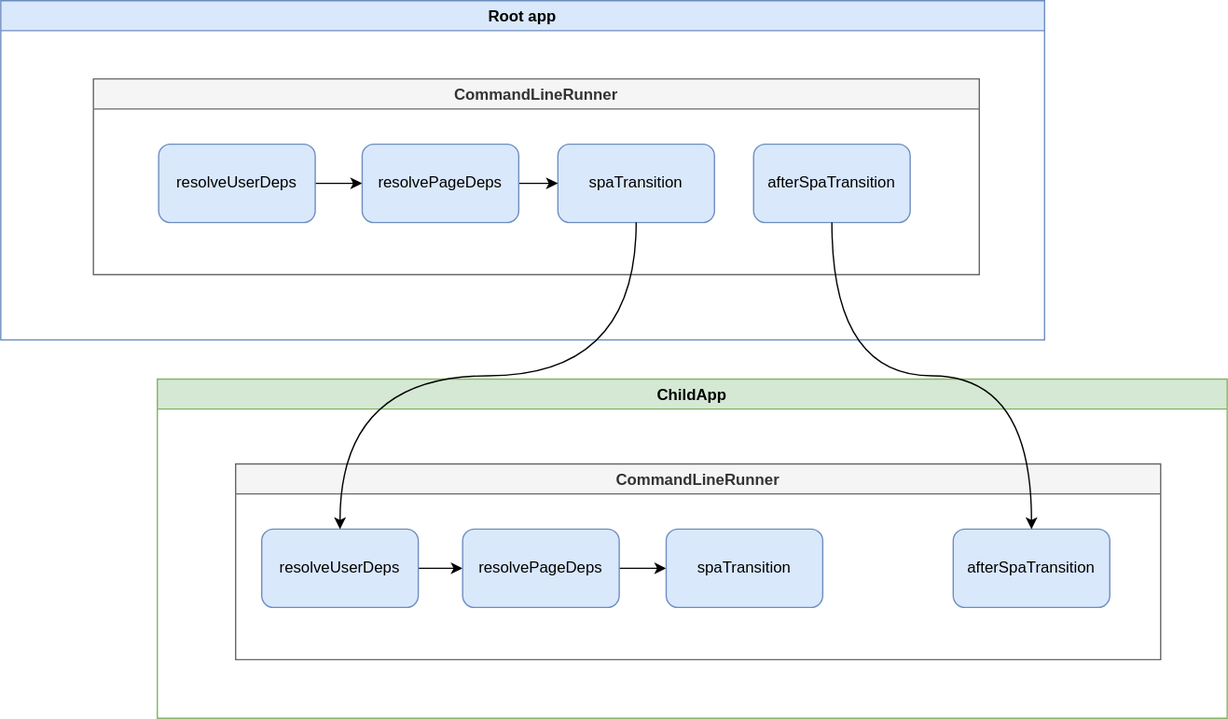
Above: img/child-app/command-line-runner-spa-loaded.drawio.svg in tramvaijs/tramvai (draw.io), before the change. Source tidied: cells renumbered, new cells last; positions are measured from the earlier drawing's top-left corner, leaving out a move shared by most shapes.
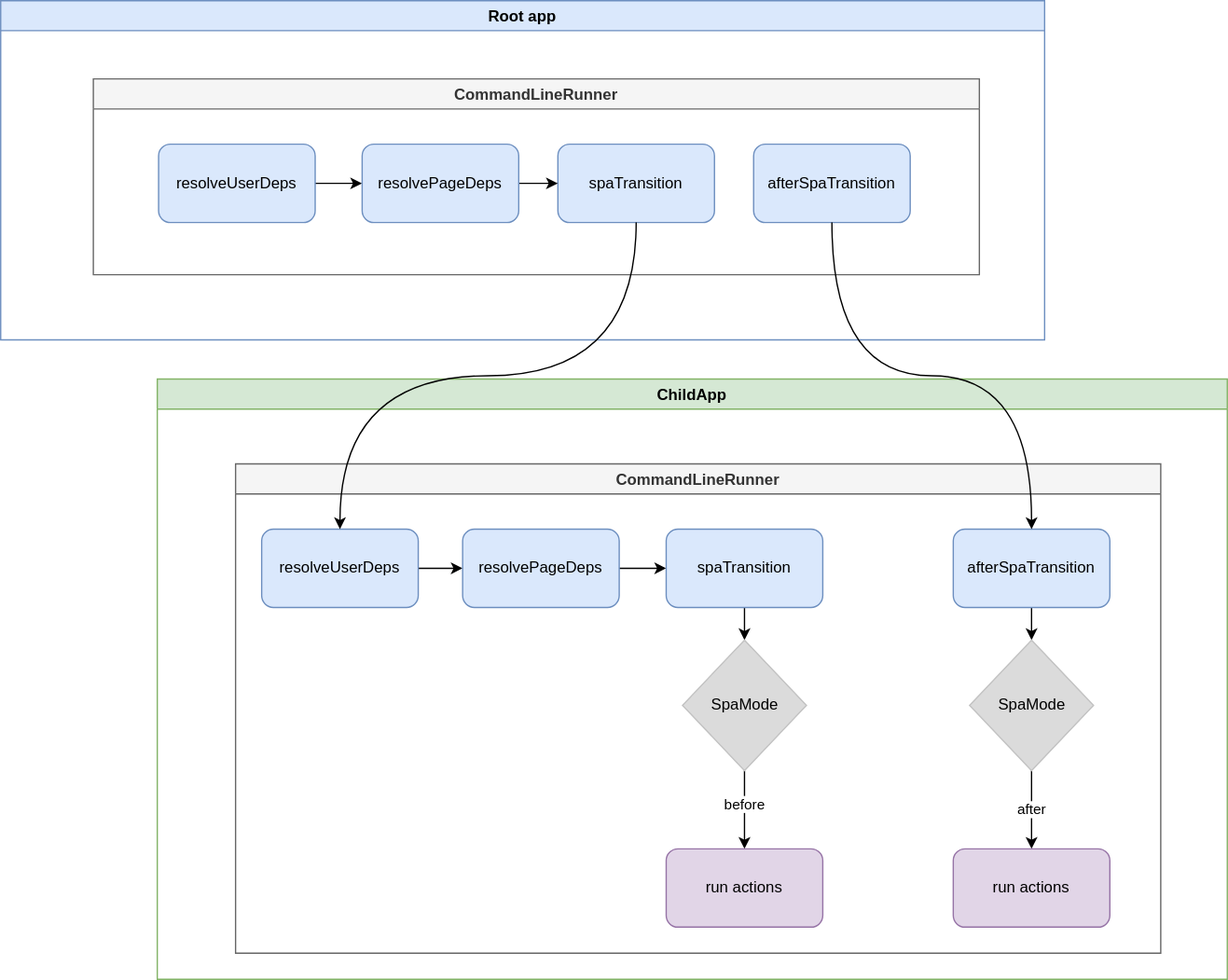
Above is the later version.

Change to the diagram source:
```diff
@@ -27,10 +27,10 @@
       <mxGeometry x="206" y="50" width="120" height="60" as="geometry" />
     </mxCell>
     <mxCell id="10" value="ChildApp" style="swimlane;fillColor=#d5e8d4;strokeColor=#82b366;startSize=23;" parent="1" vertex="1">
-      <mxGeometry x="120" y="290" width="820" height="260" as="geometry" />
+      <mxGeometry x="120" y="290" width="820" height="460" as="geometry" />
     </mxCell>
     <mxCell id="11" value="CommandLineRunner" style="swimlane;fillColor=#f5f5f5;strokeColor=#666666;fontColor=#333333;" parent="10" vertex="1">
-      <mxGeometry x="60" y="65" width="709" height="150" as="geometry" />
+      <mxGeometry x="60" y="65" width="709" height="375" as="geometry" />
     </mxCell>
     <mxCell id="12" style="edgeStyle=orthogonalEdgeStyle;rounded=0;jettySize=auto;html=1;exitX=1;exitY=0.5;exitDx=0;exitDy=0;entryX=0;entryY=0.5;entryDx=0;entryDy=0;" parent="11" edge="1" source="13" target="15">
       <mxGeometry relative="1" as="geometry" />
@@ -44,12 +44,39 @@
     <mxCell id="15" value="resolvePageDeps" style="rounded=1;whiteSpace=wrap;html=1;fillColor=#dae8fc;strokeColor=#6c8ebf;" parent="11" vertex="1">
       <mxGeometry x="174" y="50" width="120" height="60" as="geometry" />
     </mxCell>
+    <mxCell id="20" style="edgeStyle=none;html=1;" parent="11" edge="1" source="16" target="24">
+      <mxGeometry relative="1" as="geometry" />
+    </mxCell>
     <mxCell id="16" value="spaTransition" style="rounded=1;whiteSpace=wrap;html=1;fillColor=#dae8fc;strokeColor=#6c8ebf;" parent="11" vertex="1">
       <mxGeometry x="330" y="50" width="120" height="60" as="geometry" />
     </mxCell>
+    <mxCell id="21" style="edgeStyle=none;html=1;" parent="11" edge="1" source="17" target="26">
+      <mxGeometry relative="1" as="geometry" />
+    </mxCell>
     <mxCell id="17" value="afterSpaTransition" style="rounded=1;whiteSpace=wrap;html=1;fillColor=#dae8fc;strokeColor=#6c8ebf;" parent="11" vertex="1">
       <mxGeometry x="550" y="50" width="120" height="60" as="geometry" />
     </mxCell>
+    <mxCell id="22" style="edgeStyle=none;html=1;" parent="11" edge="1" source="24" target="27">
+      <mxGeometry relative="1" as="geometry" />
+    </mxCell>
+    <mxCell id="23" value="before" style="edgeLabel;html=1;align=center;verticalAlign=middle;" parent="22" vertex="1">
+      <mxGeometry x="-0.13" relative="1" as="geometry" />
+    </mxCell>
+    <mxCell id="24" value="SpaMode" style="rhombus;whiteSpace=wrap;html=1;rounded=0;strokeColor=#C2C2C2;strokeWidth=1;fillColor=#DBDBDB;" parent="11" vertex="1">
+      <mxGeometry x="342.5" y="135" width="95" height="100" as="geometry" />
+    </mxCell>
+    <mxCell id="25" value="after" style="edgeStyle=none;html=1;" parent="11" edge="1" source="26" target="28">
+      <mxGeometry relative="1" as="geometry" />
+    </mxCell>
+    <mxCell id="26" value="SpaMode" style="rhombus;whiteSpace=wrap;html=1;rounded=0;strokeColor=#C2C2C2;strokeWidth=1;fillColor=#DBDBDB;" parent="11" vertex="1">
+      <mxGeometry x="562.5" y="135" width="95" height="100" as="geometry" />
+    </mxCell>
+    <mxCell id="27" value="run actions" style="rounded=1;whiteSpace=wrap;html=1;shadow=0;glass=0;labelBackgroundColor=none;fillColor=#e1d5e7;strokeColor=#9673a6;" parent="11" vertex="1">
+      <mxGeometry x="330" y="295" width="120" height="60" as="geometry" />
+    </mxCell>
+    <mxCell id="28" value="run actions" style="rounded=1;whiteSpace=wrap;html=1;shadow=0;glass=0;labelBackgroundColor=none;fillColor=#e1d5e7;strokeColor=#9673a6;" parent="11" vertex="1">
+      <mxGeometry x="550" y="295" width="120" height="60" as="geometry" />
+    </mxCell>
     <mxCell id="18" style="edgeStyle=orthogonalEdgeStyle;rounded=0;jettySize=auto;html=1;entryX=0.5;entryY=0;entryDx=0;entryDy=0;curved=1;exitX=0.5;exitY=1;exitDx=0;exitDy=0;" parent="1" edge="1" source="5" target="13">
       <mxGeometry relative="1" as="geometry" />
     </mxCell>
```
